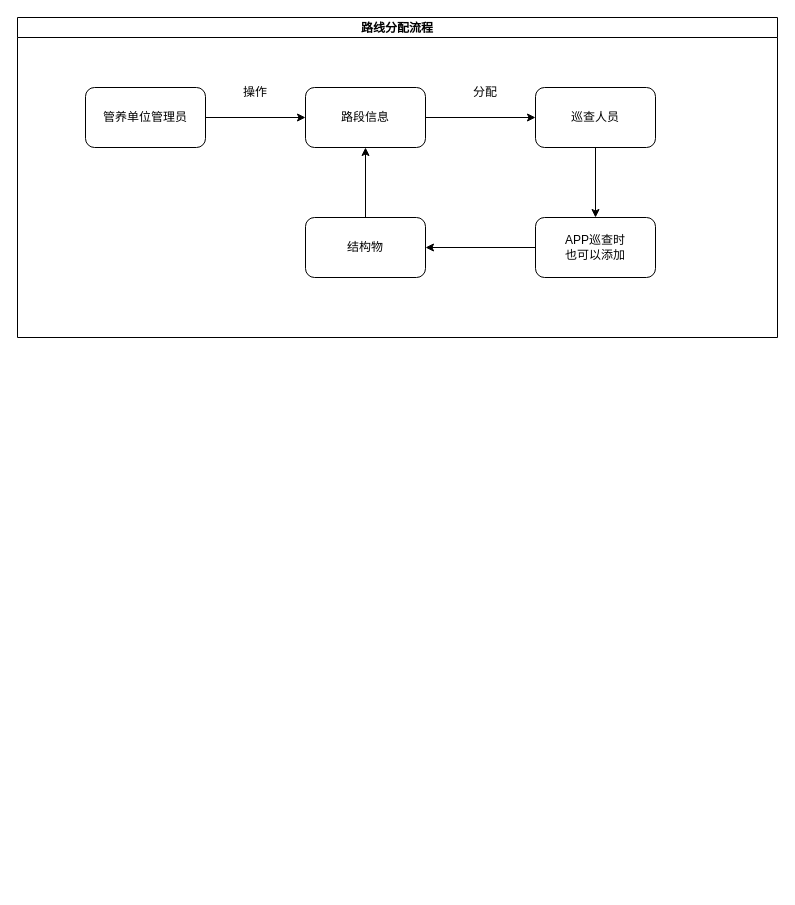
The draw.io diagram way/JH/流程图.drawio in Napoleon1234/Draw, before the edit. Source tidied: cells renumbered, new cells numbered last; positions are measured from the earlier drawing's top-left corner, leaving out a move shared by most shapes. Both pictures are drawn from the tidied source at 100%, with x=0, y=0 at pixel (17, 17).
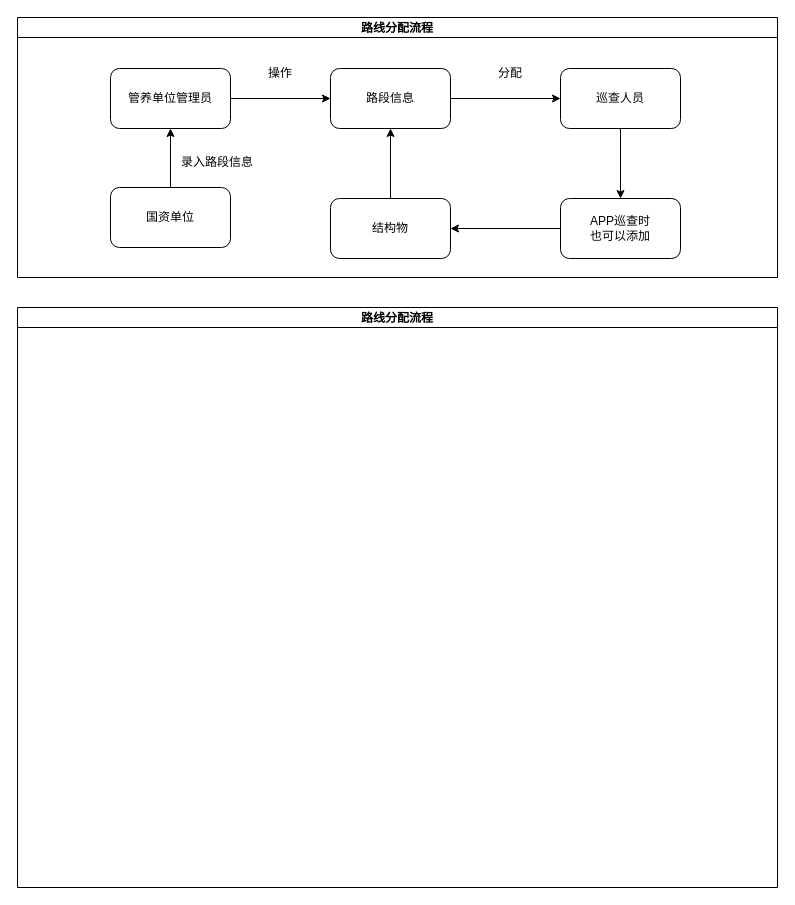
After the change.

Commit message:
更新流程图.drawio

Diff of the diagram source:
```diff
@@
 <mxGraphModel>
   <root>
     <mxCell id="0" />
     <mxCell id="1" parent="0" />
     <mxCell id="2" value="路线分配流程" style="swimlane;startSize=20;horizontal=1;containerType=tree;" parent="1" vertex="1">
-      <mxGeometry width="760" height="320" as="geometry" />
+      <mxGeometry width="760" height="260" as="geometry" />
     </mxCell>
     <mxCell id="3" style="edgeStyle=orthogonalEdgeStyle;rounded=0;jettySize=auto;html=1;entryX=0;entryY=0.5;entryDx=0;entryDy=0;" parent="2" edge="1" source="4" target="6">
       <mxGeometry relative="1" as="geometry" />
     </mxCell>
     <mxCell id="4" value="管养单位管理员" style="rounded=1;whiteSpace=wrap;html=1;" parent="2" vertex="1">
-      <mxGeometry x="68" y="70" width="120" height="60" as="geometry" />
+      <mxGeometry x="93" y="51" width="120" height="60" as="geometry" />
     </mxCell>
     <mxCell id="5" style="edgeStyle=orthogonalEdgeStyle;rounded=0;jettySize=auto;html=1;entryX=0;entryY=0.5;entryDx=0;entryDy=0;" parent="2" edge="1" source="6" target="9">
       <mxGeometry relative="1" as="geometry" />
     </mxCell>
     <mxCell id="6" value="路段信息" style="rounded=1;whiteSpace=wrap;html=1;" parent="2" vertex="1">
-      <mxGeometry x="288" y="70" width="120" height="60" as="geometry" />
+      <mxGeometry x="313" y="51" width="120" height="60" as="geometry" />
     </mxCell>
     <mxCell id="7" value="操作" style="text;strokeColor=none;align=center;fillColor=none;html=1;verticalAlign=middle;whiteSpace=wrap;rounded=0;" parent="2" vertex="1">
-      <mxGeometry x="208" y="60" width="60" height="30" as="geometry" />
+      <mxGeometry x="233" y="41" width="60" height="30" as="geometry" />
     </mxCell>
     <mxCell id="8" style="edgeStyle=orthogonalEdgeStyle;rounded=0;jettySize=auto;html=1;entryX=0.5;entryY=0;entryDx=0;entryDy=0;" parent="2" edge="1" source="9" target="14">
       <mxGeometry relative="1" as="geometry" />
     </mxCell>
     <mxCell id="9" value="巡查人员" style="rounded=1;whiteSpace=wrap;html=1;" parent="2" vertex="1">
-      <mxGeometry x="518" y="70" width="120" height="60" as="geometry" />
+      <mxGeometry x="543" y="51" width="120" height="60" as="geometry" />
     </mxCell>
     <mxCell id="10" value="分配" style="text;strokeColor=none;align=center;fillColor=none;html=1;verticalAlign=middle;whiteSpace=wrap;rounded=0;" parent="2" vertex="1">
-      <mxGeometry x="438" y="60" width="60" height="30" as="geometry" />
+      <mxGeometry x="463" y="41" width="60" height="30" as="geometry" />
     </mxCell>
     <mxCell id="11" style="edgeStyle=orthogonalEdgeStyle;rounded=0;jettySize=auto;html=1;entryX=0.5;entryY=1;entryDx=0;entryDy=0;" parent="2" edge="1" source="12" target="6">
       <mxGeometry relative="1" as="geometry" />
     </mxCell>
     <mxCell id="12" value="结构物" style="rounded=1;whiteSpace=wrap;html=1;" parent="2" vertex="1">
-      <mxGeometry x="288" y="200" width="120" height="60" as="geometry" />
+      <mxGeometry x="313" y="181" width="120" height="60" as="geometry" />
     </mxCell>
     <mxCell id="13" style="edgeStyle=orthogonalEdgeStyle;rounded=0;jettySize=auto;html=1;entryX=1;entryY=0.5;entryDx=0;entryDy=0;" parent="2" edge="1" source="14" target="12">
       <mxGeometry relative="1" as="geometry" />
     </mxCell>
     <mxCell id="14" value="APP巡查时&lt;br&gt;也可以添加" style="rounded=1;whiteSpace=wrap;html=1;" parent="2" vertex="1">
-      <mxGeometry x="518" y="200" width="120" height="60" as="geometry" />
+      <mxGeometry x="543" y="181" width="120" height="60" as="geometry" />
     </mxCell>
+    <mxCell id="15" style="edgeStyle=orthogonalEdgeStyle;rounded=0;jettySize=auto;html=1;" parent="2" edge="1" source="16" target="4">
+      <mxGeometry relative="1" as="geometry" />
+    </mxCell>
+    <mxCell id="16" value="国资单位" style="rounded=1;whiteSpace=wrap;html=1;" parent="2" vertex="1">
+      <mxGeometry x="93" y="170" width="120" height="60" as="geometry" />
+    </mxCell>
+    <mxCell id="17" value="录入路段信息" style="text;strokeColor=none;align=center;fillColor=none;html=1;verticalAlign=middle;whiteSpace=wrap;rounded=0;" parent="2" vertex="1">
+      <mxGeometry x="160" y="130" width="80" height="30" as="geometry" />
+    </mxCell>
+    <mxCell id="18" value="路线分配流程" style="swimlane;startSize=20;horizontal=1;containerType=tree;" parent="1" vertex="1">
+      <mxGeometry y="290" width="760" height="580" as="geometry" />
+    </mxCell>
   </root>
 </mxGraphModel>
```
